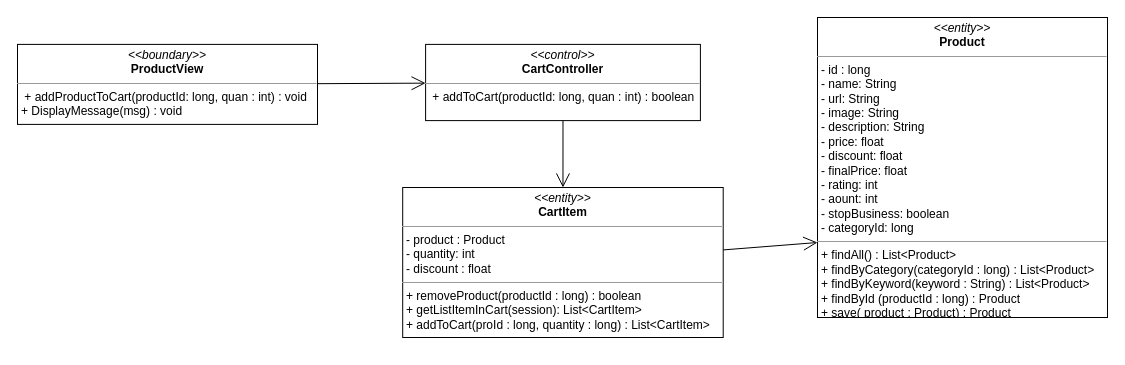
This is class diagram/add-product-to-cart-class-diagram.drawio from nguyenphamvan/datn_20202, a draw.io file, before an edit. Source tidied: cells renumbered, new cells numbered last; positions are measured from the earlier drawing's top-left corner, leaving out a move shared by most shapes. Both pictures are drawn from the tidied source at 100%, with x=0, y=0 at pixel (17, 17).
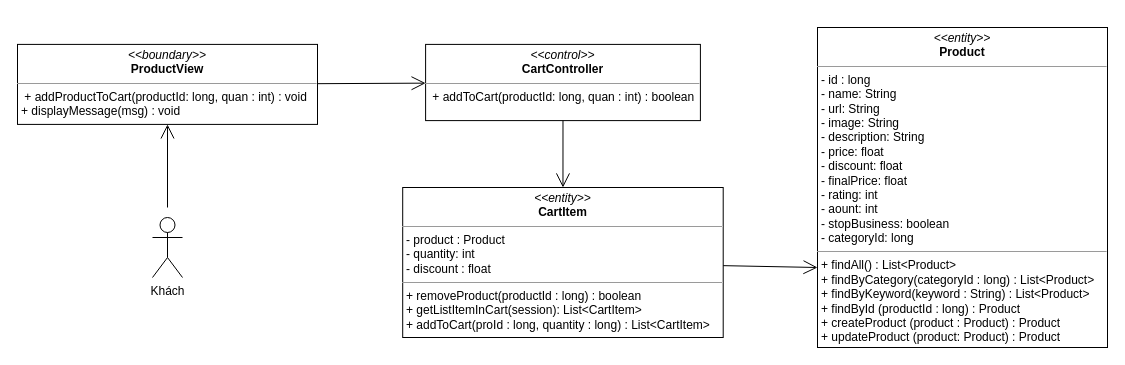
The same diagram, later.

What changed in the source:
```diff
@@
 <mxGraphModel>
   <root>
     <mxCell id="0" />
     <mxCell id="1" parent="0" />
-    <mxCell id="2" value="&lt;p style=&quot;margin: 0px ; margin-top: 4px ; text-align: center&quot;&gt;&lt;i&gt;&amp;lt;&amp;lt;boundary&amp;gt;&amp;gt;&lt;/i&gt;&lt;br&gt;&lt;b&gt;ProductView&lt;/b&gt;&lt;/p&gt;&lt;hr size=&quot;1&quot;&gt;&lt;p style=&quot;margin: 0px ; margin-left: 4px&quot;&gt;&lt;span&gt;&amp;nbsp;+ addProductToCart(productId: long, quan : int) : void&lt;/span&gt;&lt;/p&gt;&lt;p style=&quot;margin: 0px ; margin-left: 4px&quot;&gt;&lt;span&gt;+ DisplayMessage(msg) : void&lt;/span&gt;&lt;/p&gt;" style="verticalAlign=top;align=left;overflow=fill;fontSize=12;fontFamily=Helvetica;html=1;" parent="1" vertex="1">
+    <mxCell id="2" value="&lt;p style=&quot;margin: 0px ; margin-top: 4px ; text-align: center&quot;&gt;&lt;i&gt;&amp;lt;&amp;lt;boundary&amp;gt;&amp;gt;&lt;/i&gt;&lt;br&gt;&lt;b&gt;ProductView&lt;/b&gt;&lt;/p&gt;&lt;hr size=&quot;1&quot;&gt;&lt;p style=&quot;margin: 0px ; margin-left: 4px&quot;&gt;&lt;span&gt;&amp;nbsp;+ addProductToCart(productId: long, quan : int) : void&lt;/span&gt;&lt;/p&gt;&lt;p style=&quot;margin: 0px ; margin-left: 4px&quot;&gt;&lt;span&gt;+ displayMessage(msg) : void&lt;/span&gt;&lt;/p&gt;" style="verticalAlign=top;align=left;overflow=fill;fontSize=12;fontFamily=Helvetica;html=1;" parent="1" vertex="1">
       <mxGeometry y="26.9" width="300" height="80" as="geometry" />
     </mxCell>
     <mxCell id="3" value="&lt;p style=&quot;margin: 0px ; margin-top: 4px ; text-align: center&quot;&gt;&lt;i&gt;&amp;lt;&amp;lt;entity&amp;gt;&amp;gt;&lt;/i&gt;&lt;br&gt;&lt;b&gt;CartItem&lt;/b&gt;&lt;/p&gt;&lt;hr size=&quot;1&quot;&gt;&lt;p style=&quot;margin: 0px ; margin-left: 4px&quot;&gt;- product : Product&lt;/p&gt;&lt;p style=&quot;margin: 0px ; margin-left: 4px&quot;&gt;- quantity: int&lt;br&gt;- discount : float&lt;/p&gt;&lt;hr size=&quot;1&quot;&gt;&lt;p style=&quot;margin: 0px 0px 0px 4px&quot;&gt;+ removeProduct(productId : long) : boolean&lt;/p&gt;&lt;p style=&quot;margin: 0px 0px 0px 4px&quot;&gt;+ getListItemInCart(session): List&amp;lt;CartItem&amp;gt;&lt;/p&gt;&lt;p style=&quot;margin: 0px 0px 0px 4px&quot;&gt;+ addToCart(proId : long, quantity : long) : List&amp;lt;CartItem&amp;gt;&lt;/p&gt;" style="verticalAlign=top;align=left;overflow=fill;fontSize=12;fontFamily=Helvetica;html=1;" parent="1" vertex="1">
       <mxGeometry x="385.2" y="170" width="320.5" height="150" as="geometry" />
     </mxCell>
-    <mxCell id="4" value="&lt;p style=&quot;margin: 0px ; margin-top: 4px ; text-align: center&quot;&gt;&lt;i&gt;&amp;lt;&amp;lt;entity&amp;gt;&amp;gt;&lt;/i&gt;&lt;br&gt;&lt;b&gt;Product&lt;/b&gt;&lt;/p&gt;&lt;hr size=&quot;1&quot;&gt;&lt;p style=&quot;margin: 0px ; margin-left: 4px&quot;&gt;- id : long&lt;/p&gt;&lt;p style=&quot;margin: 0px ; margin-left: 4px&quot;&gt;- name: String&lt;br&gt;- url: String&lt;/p&gt;&lt;p style=&quot;margin: 0px ; margin-left: 4px&quot;&gt;- image: String&lt;/p&gt;&lt;p style=&quot;margin: 0px ; margin-left: 4px&quot;&gt;- description: String&lt;/p&gt;&lt;p style=&quot;margin: 0px ; margin-left: 4px&quot;&gt;- price: float&lt;/p&gt;&lt;p style=&quot;margin: 0px ; margin-left: 4px&quot;&gt;- discount: float&lt;/p&gt;&lt;p style=&quot;margin: 0px ; margin-left: 4px&quot;&gt;- finalPrice: float&lt;/p&gt;&lt;p style=&quot;margin: 0px ; margin-left: 4px&quot;&gt;- rating: int&lt;/p&gt;&lt;p style=&quot;margin: 0px ; margin-left: 4px&quot;&gt;- aount: int&lt;/p&gt;&lt;p style=&quot;margin: 0px ; margin-left: 4px&quot;&gt;- stopBusiness: boolean&lt;/p&gt;&lt;p style=&quot;margin: 0px ; margin-left: 4px&quot;&gt;- categoryId: long&lt;/p&gt;&lt;hr size=&quot;1&quot;&gt;&lt;p style=&quot;margin: 0px 0px 0px 4px&quot;&gt;+ findAll() : List&amp;lt;Product&amp;gt;&lt;/p&gt;&lt;p style=&quot;margin: 0px 0px 0px 4px&quot;&gt;+ findByCategory(categoryId : long) : List&amp;lt;Product&amp;gt;&lt;/p&gt;&lt;p style=&quot;margin: 0px 0px 0px 4px&quot;&gt;+ findByKeyword(keyword : String) : List&amp;lt;Product&amp;gt;&lt;/p&gt;&lt;p style=&quot;margin: 0px 0px 0px 4px&quot;&gt;+ findById (productId : long) : Product&lt;/p&gt;&lt;p style=&quot;margin: 0px 0px 0px 4px&quot;&gt;+ save( product : Product) : Product&lt;/p&gt;" style="verticalAlign=top;align=left;overflow=fill;fontSize=12;fontFamily=Helvetica;html=1;" parent="1" vertex="1">
-      <mxGeometry x="800" width="290" height="300" as="geometry" />
+    <mxCell id="4" value="&lt;p style=&quot;margin: 0px ; margin-top: 4px ; text-align: center&quot;&gt;&lt;i&gt;&amp;lt;&amp;lt;entity&amp;gt;&amp;gt;&lt;/i&gt;&lt;br&gt;&lt;b&gt;Product&lt;/b&gt;&lt;/p&gt;&lt;hr size=&quot;1&quot;&gt;&lt;p style=&quot;margin: 0px ; margin-left: 4px&quot;&gt;- id : long&lt;/p&gt;&lt;p style=&quot;margin: 0px ; margin-left: 4px&quot;&gt;- name: String&lt;br&gt;- url: String&lt;/p&gt;&lt;p style=&quot;margin: 0px ; margin-left: 4px&quot;&gt;- image: String&lt;/p&gt;&lt;p style=&quot;margin: 0px ; margin-left: 4px&quot;&gt;- description: String&lt;/p&gt;&lt;p style=&quot;margin: 0px ; margin-left: 4px&quot;&gt;- price: float&lt;/p&gt;&lt;p style=&quot;margin: 0px ; margin-left: 4px&quot;&gt;- discount: float&lt;/p&gt;&lt;p style=&quot;margin: 0px ; margin-left: 4px&quot;&gt;- finalPrice: float&lt;/p&gt;&lt;p style=&quot;margin: 0px ; margin-left: 4px&quot;&gt;- rating: int&lt;/p&gt;&lt;p style=&quot;margin: 0px ; margin-left: 4px&quot;&gt;- aount: int&lt;/p&gt;&lt;p style=&quot;margin: 0px ; margin-left: 4px&quot;&gt;- stopBusiness: boolean&lt;/p&gt;&lt;p style=&quot;margin: 0px ; margin-left: 4px&quot;&gt;- categoryId: long&lt;/p&gt;&lt;hr size=&quot;1&quot;&gt;&lt;p style=&quot;margin: 0px 0px 0px 4px&quot;&gt;+ findAll() : List&amp;lt;Product&amp;gt;&lt;/p&gt;&lt;p style=&quot;margin: 0px 0px 0px 4px&quot;&gt;+ findByCategory(categoryId : long) : List&amp;lt;Product&amp;gt;&lt;/p&gt;&lt;p style=&quot;margin: 0px 0px 0px 4px&quot;&gt;+ findByKeyword(keyword : String) : List&amp;lt;Product&amp;gt;&lt;/p&gt;&lt;p style=&quot;margin: 0px 0px 0px 4px&quot;&gt;+ findById (productId : long) : Product&lt;/p&gt;&lt;p style=&quot;margin: 0px 0px 0px 4px&quot;&gt;+ createProduct (product : Product) : Product&lt;/p&gt;&lt;p style=&quot;margin: 0px 0px 0px 4px&quot;&gt;+ updateProduct (product: Product) : Product&lt;/p&gt;" style="verticalAlign=top;align=left;overflow=fill;fontSize=12;fontFamily=Helvetica;html=1;" parent="1" vertex="1">
+      <mxGeometry x="800" y="10" width="290" height="320" as="geometry" />
     </mxCell>
     <mxCell id="5" value="&lt;p style=&quot;margin: 0px ; margin-top: 4px ; text-align: center&quot;&gt;&lt;i&gt;&amp;lt;&amp;lt;control&amp;gt;&amp;gt;&lt;/i&gt;&lt;br&gt;&lt;b&gt;CartController&lt;/b&gt;&lt;/p&gt;&lt;hr size=&quot;1&quot;&gt;&lt;p style=&quot;margin: 0px ; margin-left: 4px&quot;&gt;&lt;span&gt;&amp;nbsp;+ addToCart(productId: long, quan : int) : boolean&lt;/span&gt;&lt;/p&gt;" style="verticalAlign=top;align=left;overflow=fill;fontSize=12;fontFamily=Helvetica;html=1;" parent="1" vertex="1">
       <mxGeometry x="408.1" y="26.9" width="274.8" height="76.2" as="geometry" />
     </mxCell>
     <mxCell id="6" style="endArrow=open;endFill=1;endSize=12;html=1;" parent="1" edge="1" source="5" target="3">
       <mxGeometry relative="1" as="geometry" />
     </mxCell>
     <mxCell id="7" style="endArrow=open;endFill=1;endSize=12;html=1;entryX=0;entryY=0.75;entryDx=0;entryDy=0;" parent="1" edge="1" source="3" target="4">
       <mxGeometry relative="1" as="geometry" />
     </mxCell>
     <mxCell id="8" style="endArrow=open;endFill=1;endSize=12;html=1;" parent="1" edge="1" source="2" target="5">
       <mxGeometry relative="1" as="geometry" />
     </mxCell>
+    <mxCell id="9" value="Khách&lt;br&gt;" style="shape=umlActor;verticalLabelPosition=bottom;verticalAlign=top;html=1;" parent="1" vertex="1">
+      <mxGeometry x="135" y="200" width="30" height="60" as="geometry" />
+    </mxCell>
+    <mxCell id="10" style="endArrow=open;endFill=1;endSize=12;html=1;" parent="1" edge="1" target="2">
+      <mxGeometry relative="1" as="geometry">
+        <mxPoint x="150" y="190" as="sourcePoint" />
+      </mxGeometry>
+    </mxCell>
   </root>
 </mxGraphModel>
```
